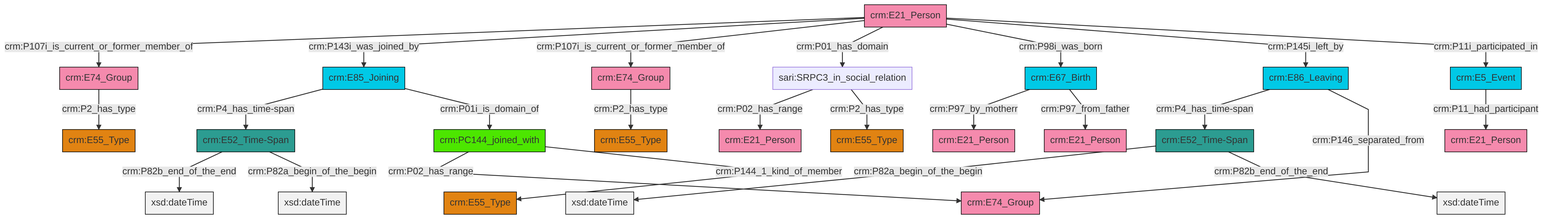
The Mermaid diagram et/personCSV/ttl/mmd/png/Person_Actor_Relations.png in swiss-art-research-net/reference-data-models, before a commit. Its source is kept beside it as et/personCSV/ttl/mmd/Person_Actor_Relations.ttl.mmd.
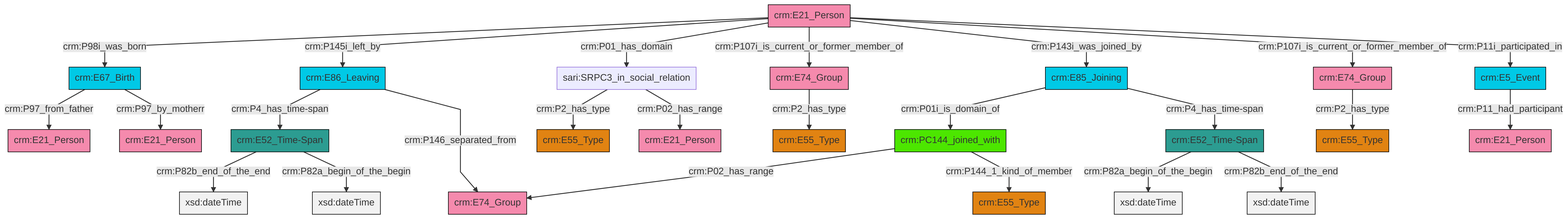
The same diagram one commit later.

What changed in the source:
```diff
@@ -13,27 +13,27 @@
 classDef PC_Classes fill:#4ce600, stroke:#000000;
 classDef Multi fill:#cccccc,stroke:#000000;
 
-13["crm:E5_Event"]:::Temporal_Entity -->|crm:P11_had_participant| 14["crm:E21_Person"]:::Actor
-18["crm:E52_Time-Span"]:::Time-Span -->|crm:P82b_end_of_the_end| 19[xsd:dateTime]:::Literal
-0["crm:E52_Time-Span"]:::Time-Span -->|crm:P82a_begin_of_the_begin| 21[xsd:dateTime]:::Literal
-22["crm:E85_Joining"]:::Temporal_Entity -->|crm:P4_has_time-span| 18["crm:E52_Time-Span"]:::Time-Span
-23["crm:E86_Leaving"]:::Temporal_Entity -->|crm:P4_has_time-span| 0["crm:E52_Time-Span"]:::Time-Span
-28["sari:SRPC3_in_social_relation"]:::Default -->|crm:P02_has_range| 29["crm:E21_Person"]:::Actor
-8["crm:E74_Group"]:::Actor -->|crm:P2_has_type| 4["crm:E55_Type"]:::Type
-32["crm:E21_Person"]:::Actor -->|crm:P107i_is_current_or_former_member_of| 33["crm:E74_Group"]:::Actor
-6["crm:E67_Birth"]:::Temporal_Entity -->|crm:P97_by_motherr| 30["crm:E21_Person"]:::Actor
-37["crm:PC144_joined_with"]:::PC_Classes -->|crm:P02_has_range| 25["crm:E74_Group"]:::Actor
-33["crm:E74_Group"]:::Actor -->|crm:P2_has_type| 2["crm:E55_Type"]:::Type
-22["crm:E85_Joining"]:::Temporal_Entity -->|crm:P01i_is_domain_of| 37["crm:PC144_joined_with"]:::PC_Classes
-0["crm:E52_Time-Span"]:::Time-Span -->|crm:P82b_end_of_the_end| 40[xsd:dateTime]:::Literal
-32["crm:E21_Person"]:::Actor -->|crm:P143i_was_joined_by| 22["crm:E85_Joining"]:::Temporal_Entity
-37["crm:PC144_joined_with"]:::PC_Classes -->|crm:P144_1_kind_of_member| 10["crm:E55_Type"]:::Type
-32["crm:E21_Person"]:::Actor -->|crm:P107i_is_current_or_former_member_of| 8["crm:E74_Group"]:::Actor
-32["crm:E21_Person"]:::Actor -->|crm:P01_has_domain| 28["sari:SRPC3_in_social_relation"]:::Default
-23["crm:E86_Leaving"]:::Temporal_Entity -->|crm:P146_separated_from| 25["crm:E74_Group"]:::Actor
-18["crm:E52_Time-Span"]:::Time-Span -->|crm:P82a_begin_of_the_begin| 45[xsd:dateTime]:::Literal
-32["crm:E21_Person"]:::Actor -->|crm:P98i_was_born| 6["crm:E67_Birth"]:::Temporal_Entity
-28["sari:SRPC3_in_social_relation"]:::Default -->|crm:P2_has_type| 35["crm:E55_Type"]:::Type
-6["crm:E67_Birth"]:::Temporal_Entity -->|crm:P97_from_father| 16["crm:E21_Person"]:::Actor
-32["crm:E21_Person"]:::Actor -->|crm:P145i_left_by| 23["crm:E86_Leaving"]:::Temporal_Entity
-32["crm:E21_Person"]:::Actor -->|crm:P11i_participated_in| 13["crm:E5_Event"]:::Temporal_Entity
+2["crm:E86_Leaving"]:::Temporal_Entity -->|crm:P4_has_time-span| 3["crm:E52_Time-Span"]:::Time-Span
+3["crm:E52_Time-Span"]:::Time-Span -->|crm:P82b_end_of_the_end| 4[xsd:dateTime]:::Literal
+7["crm:PC144_joined_with"]:::PC_Classes -->|crm:P02_has_range| 8["crm:E74_Group"]:::Actor
+16["crm:E52_Time-Span"]:::Time-Span -->|crm:P82a_begin_of_the_begin| 17[xsd:dateTime]:::Literal
+18["crm:E21_Person"]:::Actor -->|crm:P98i_was_born| 19["crm:E67_Birth"]:::Temporal_Entity
+21["sari:SRPC3_in_social_relation"]:::Default -->|crm:P2_has_type| 22["crm:E55_Type"]:::Type
+23["crm:E85_Joining"]:::Temporal_Entity -->|crm:P01i_is_domain_of| 7["crm:PC144_joined_with"]:::PC_Classes
+23["crm:E85_Joining"]:::Temporal_Entity -->|crm:P4_has_time-span| 16["crm:E52_Time-Span"]:::Time-Span
+18["crm:E21_Person"]:::Actor -->|crm:P145i_left_by| 2["crm:E86_Leaving"]:::Temporal_Entity
+19["crm:E67_Birth"]:::Temporal_Entity -->|crm:P97_from_father| 24["crm:E21_Person"]:::Actor
+3["crm:E52_Time-Span"]:::Time-Span -->|crm:P82a_begin_of_the_begin| 25[xsd:dateTime]:::Literal
+26["crm:E5_Event"]:::Temporal_Entity -->|crm:P11_had_participant| 27["crm:E21_Person"]:::Actor
+18["crm:E21_Person"]:::Actor -->|crm:P01_has_domain| 21["sari:SRPC3_in_social_relation"]:::Default
+35["crm:E74_Group"]:::Actor -->|crm:P2_has_type| 5["crm:E55_Type"]:::Type
+36["crm:E74_Group"]:::Actor -->|crm:P2_has_type| 11["crm:E55_Type"]:::Type
+7["crm:PC144_joined_with"]:::PC_Classes -->|crm:P144_1_kind_of_member| 9["crm:E55_Type"]:::Type
+19["crm:E67_Birth"]:::Temporal_Entity -->|crm:P97_by_motherr| 0["crm:E21_Person"]:::Actor
+18["crm:E21_Person"]:::Actor -->|crm:P107i_is_current_or_former_member_of| 36["crm:E74_Group"]:::Actor
+21["sari:SRPC3_in_social_relation"]:::Default -->|crm:P02_has_range| 40["crm:E21_Person"]:::Actor
+2["crm:E86_Leaving"]:::Temporal_Entity -->|crm:P146_separated_from| 8["crm:E74_Group"]:::Actor
+18["crm:E21_Person"]:::Actor -->|crm:P143i_was_joined_by| 23["crm:E85_Joining"]:::Temporal_Entity
+18["crm:E21_Person"]:::Actor -->|crm:P107i_is_current_or_former_member_of| 35["crm:E74_Group"]:::Actor
+16["crm:E52_Time-Span"]:::Time-Span -->|crm:P82b_end_of_the_end| 43[xsd:dateTime]:::Literal
+18["crm:E21_Person"]:::Actor -->|crm:P11i_participated_in| 26["crm:E5_Event"]:::Temporal_Entity
```
